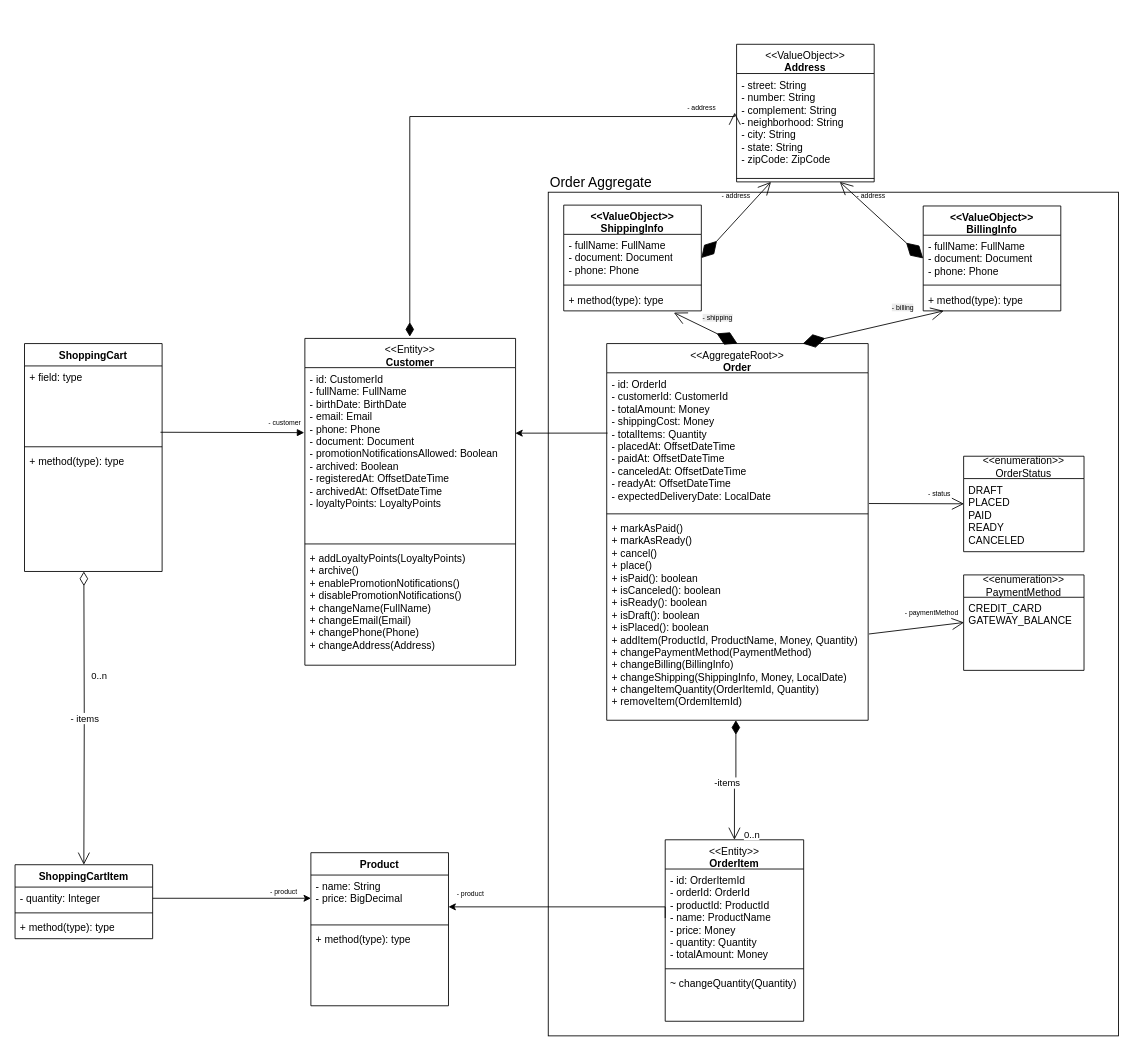
Before: algashop.drawio in cadugr/algashop-docs, a draw.io diagram. Source tidied: cells renumbered, new cells numbered last; positions are measured from the earlier drawing's top-left corner, leaving out a move shared by most shapes. Both pictures are drawn from the tidied source at 86%, with x=0, y=0 at pixel (15, 44).
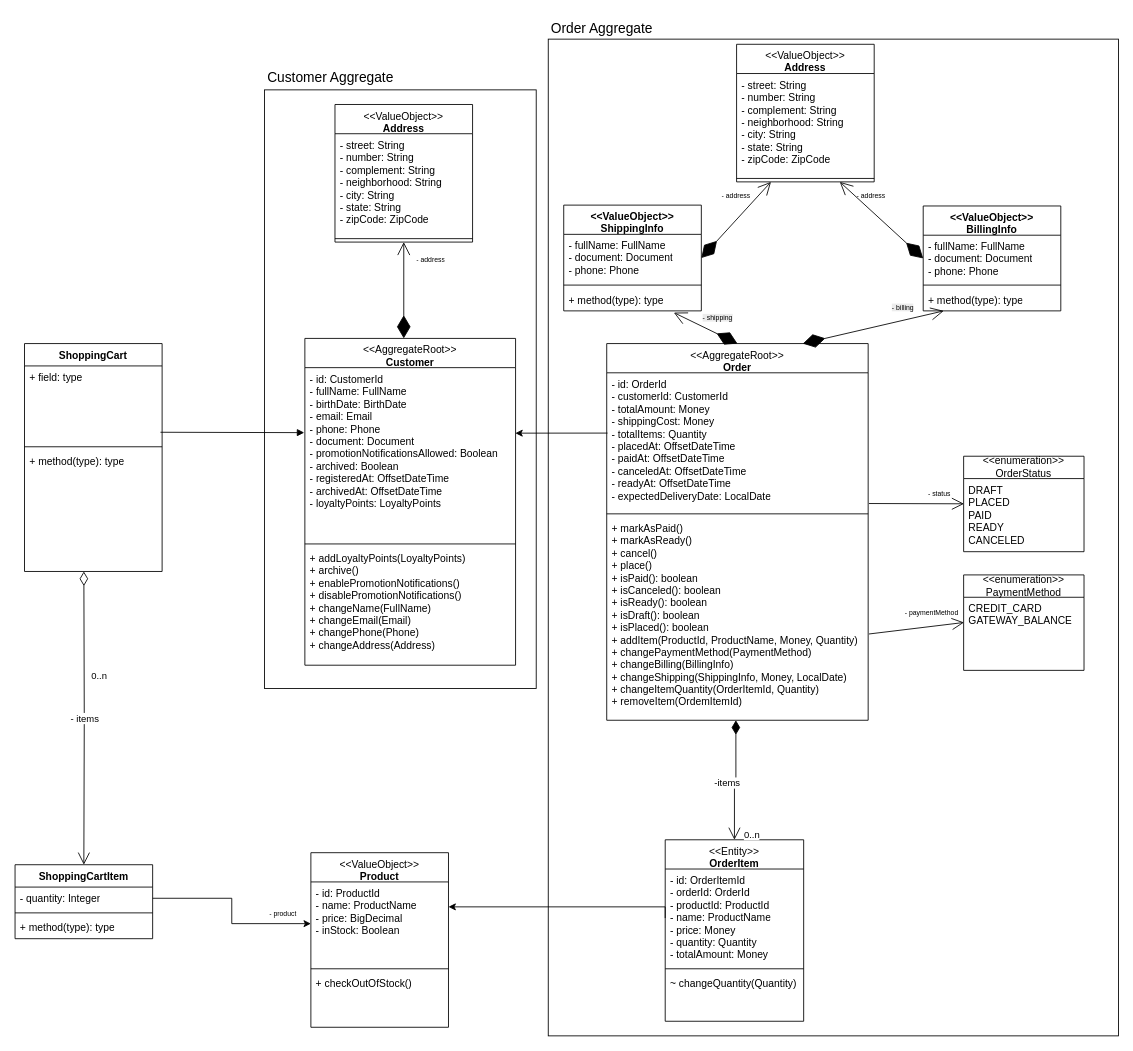
The same diagram, later.

Commit message:
Refining Customer and Product

Unchanged cells that the change refers to:
```xml
<mxCell id="20" value="- street: String&lt;div&gt;- number: String&lt;/div&gt;&lt;div&gt;- complement: String&lt;/div&gt;&lt;div&gt;- neighborhood: String&lt;/div&gt;&lt;div&gt;- city: String&lt;/div&gt;&lt;div&gt;- state: String&lt;/div&gt;&lt;div&gt;- zipCode: ZipCode&lt;/div&gt;" style="text;strokeColor=none;fillColor=none;align=left;verticalAlign=top;spacingLeft=4;spacingRight=4;overflow=hidden;points=[[0,0.5],[1,0.5]];portConstraint=eastwest;whiteSpace=wrap;html=1;" parent="19" vertex="1">
  <mxGeometry y="34" width="160" height="118" as="geometry" />
</mxCell>
```

Diff of the diagram source:
```diff
@@
+    <mxCell id="68" style="rounded=0;whiteSpace=wrap;html=1;" parent="1" vertex="1">
+      <mxGeometry x="290" y="53" width="316" height="696" as="geometry" />
+    </mxCell>
     <mxCell id="2" style="rounded=0;whiteSpace=wrap;html=1;" parent="1" vertex="1">
-      <mxGeometry x="620" y="172" width="663" height="981" as="geometry" />
+      <mxGeometry x="620" y="-6" width="663" height="1159" as="geometry" />
     </mxCell>
-    <mxCell id="3" value="&lt;div&gt;&lt;span style=&quot;font-weight: normal;&quot;&gt;&amp;lt;&amp;lt;Entity&amp;gt;&amp;gt;&lt;/span&gt;&lt;/div&gt;Customer" style="swimlane;fontStyle=1;align=center;verticalAlign=top;horizontal=1;startSize=34;whiteSpace=wrap;html=1;" parent="1" vertex="1">
+    <mxCell id="3" value="&lt;div&gt;&lt;span style=&quot;font-weight: normal;&quot;&gt;&amp;lt;&amp;lt;AggregateRoot&amp;gt;&amp;gt;&lt;/span&gt;&lt;/div&gt;Customer" style="swimlane;fontStyle=1;align=center;verticalAlign=top;horizontal=1;startSize=34;whiteSpace=wrap;html=1;" parent="1" vertex="1">
       <mxGeometry x="337" y="342" width="245" height="380" as="geometry" />
     </mxCell>
@@
-    <mxCell id="15" value="Product" style="swimlane;fontStyle=1;align=center;verticalAlign=top;horizontal=1;startSize=26;whiteSpace=wrap;html=1;" parent="1" vertex="1">
-      <mxGeometry x="344" y="940" width="160" height="178" as="geometry" />
+    <mxCell id="15" value="&lt;div&gt;&lt;span style=&quot;font-weight: normal;&quot;&gt;&amp;lt;&amp;lt;ValueObject&amp;gt;&amp;gt;&lt;/span&gt;&lt;/div&gt;Product" style="swimlane;fontStyle=1;align=center;verticalAlign=top;horizontal=1;startSize=34;whiteSpace=wrap;html=1;" parent="1" vertex="1">
+      <mxGeometry x="344" y="940" width="160" height="203" as="geometry" />
     </mxCell>
-    <mxCell id="16" value="- name: String&lt;div&gt;- price: BigDecimal&lt;/div&gt;" style="text;strokeColor=none;fillColor=none;align=left;verticalAlign=top;spacingLeft=4;spacingRight=4;overflow=hidden;points=[[0,0.5],[1,0.5]];portConstraint=eastwest;whiteSpace=wrap;html=1;" parent="15" vertex="1">
-      <mxGeometry y="26" width="160" height="54" as="geometry" />
+    <mxCell id="16" value="&lt;div&gt;- id: ProductId&lt;/div&gt;- name: ProductName&lt;div&gt;- price: BigDecimal&lt;/div&gt;&lt;div&gt;- inStock: Boolean&lt;/div&gt;" style="text;strokeColor=none;fillColor=none;align=left;verticalAlign=top;spacingLeft=4;spacingRight=4;overflow=hidden;points=[[0,0.5],[1,0.5]];portConstraint=eastwest;whiteSpace=wrap;html=1;" parent="15" vertex="1">
+      <mxGeometry y="34" width="160" height="97" as="geometry" />
     </mxCell>
     <mxCell id="17" style="line;strokeWidth=1;fillColor=none;align=left;verticalAlign=middle;spacingTop=-1;spacingLeft=3;spacingRight=3;labelPosition=right;strokeColor=inherit;" parent="15" vertex="1">
-      <mxGeometry y="80" width="160" height="8" as="geometry" />
+      <mxGeometry y="131" width="160" height="8" as="geometry" />
     </mxCell>
-    <mxCell id="18" value="+ method(type): type" style="text;strokeColor=none;fillColor=none;align=left;verticalAlign=top;spacingLeft=4;spacingRight=4;overflow=hidden;whiteSpace=wrap;html=1;" parent="15" vertex="1">
-      <mxGeometry y="88" width="160" height="90" as="geometry" />
+    <mxCell id="18" value="+ checkOutOfStock()" style="text;strokeColor=none;fillColor=none;align=left;verticalAlign=top;spacingLeft=4;spacingRight=4;overflow=hidden;whiteSpace=wrap;html=1;" parent="15" vertex="1">
+      <mxGeometry y="139" width="160" height="64" as="geometry" />
     </mxCell>
@@
-    <mxCell id="24" value="- customer" style="text;strokeColor=none;fillColor=none;align=left;verticalAlign=top;spacingLeft=4;spacingRight=4;overflow=hidden;whiteSpace=wrap;html=1;fontSize=8;" parent="1" vertex="1">
-      <mxGeometry x="289" y="429" width="85" height="18" as="geometry" />
-    </mxCell>
@@
     <mxCell id="35" value="- product" style="text;strokeColor=none;fillColor=none;align=left;verticalAlign=top;spacingLeft=4;spacingRight=4;overflow=hidden;whiteSpace=wrap;html=1;fontSize=8;" parent="1" vertex="1">
-      <mxGeometry x="291" y="974" width="85" height="18" as="geometry" />
+      <mxGeometry x="290" y="1000" width="85" height="18" as="geometry" />
     </mxCell>
-    <mxCell id="36" value="- product" style="text;strokeColor=none;fillColor=none;align=left;verticalAlign=top;spacingLeft=4;spacingRight=4;overflow=hidden;whiteSpace=wrap;html=1;fontSize=8;" parent="1" vertex="1">
-      <mxGeometry x="508" y="977" width="85" height="18" as="geometry" />
-    </mxCell>
@@
-    <mxCell id="41" style="endArrow=open;html=1;endSize=12;startArrow=diamondThin;startSize=14;startFill=1;edgeStyle=orthogonalEdgeStyle;align=left;verticalAlign=bottom;rounded=0;entryX=-0.014;entryY=0.385;entryDx=0;entryDy=0;entryPerimeter=0;" parent="1" edge="1" target="20">
-      <mxGeometry x="-0.97" relative="1" as="geometry">
-        <mxPoint x="459" y="340" as="sourcePoint" />
-        <Array as="points">
-          <mxPoint x="459" y="84" />
-        </Array>
-      </mxGeometry>
-    </mxCell>
@@
     <mxCell id="57" value="- address" style="text;strokeColor=none;fillColor=none;align=left;verticalAlign=top;spacingLeft=4;spacingRight=4;overflow=hidden;whiteSpace=wrap;html=1;fontSize=8;" parent="1" vertex="1">
-      <mxGeometry x="776" y="63" width="85" height="18" as="geometry" />
+      <mxGeometry x="461" y="239.5" width="85" height="18" as="geometry" />
     </mxCell>
@@
     <mxCell id="67" value="&lt;font style=&quot;font-size: 16px;&quot;&gt;Order Aggregate&lt;/font&gt;" style="text;html=1;align=center;verticalAlign=middle;whiteSpace=wrap;rounded=0;" parent="1" vertex="1">
-      <mxGeometry x="615" y="145" width="133" height="30" as="geometry" />
+      <mxGeometry x="616" y="-34" width="133" height="30" as="geometry" />
     </mxCell>
+    <mxCell id="69" value="&lt;font style=&quot;font-size: 16px;&quot;&gt;Customer Aggregate&lt;/font&gt;" style="text;html=1;align=center;verticalAlign=middle;whiteSpace=wrap;rounded=0;" parent="1" vertex="1">
+      <mxGeometry x="290" y="23" width="154" height="30" as="geometry" />
+    </mxCell>
+    <mxCell id="70" value="&lt;div&gt;&lt;span style=&quot;font-weight: normal;&quot;&gt;&amp;lt;&amp;lt;ValueObject&amp;gt;&amp;gt;&lt;/span&gt;&lt;/div&gt;Address" style="swimlane;fontStyle=1;align=center;verticalAlign=top;horizontal=1;startSize=34;whiteSpace=wrap;html=1;" parent="1" vertex="1">
+      <mxGeometry x="372" y="70" width="160" height="160" as="geometry" />
+    </mxCell>
+    <mxCell id="71" value="- street: String&lt;div&gt;- number: String&lt;/div&gt;&lt;div&gt;- complement: String&lt;/div&gt;&lt;div&gt;- neighborhood: String&lt;/div&gt;&lt;div&gt;- city: String&lt;/div&gt;&lt;div&gt;- state: String&lt;/div&gt;&lt;div&gt;- zipCode: ZipCode&lt;/div&gt;" style="text;strokeColor=none;fillColor=none;align=left;verticalAlign=top;spacingLeft=4;spacingRight=4;overflow=hidden;whiteSpace=wrap;html=1;" parent="70" vertex="1">
+      <mxGeometry y="34" width="160" height="118" as="geometry" />
+    </mxCell>
+    <mxCell id="72" style="line;strokeWidth=1;fillColor=none;align=left;verticalAlign=middle;spacingTop=-1;spacingLeft=3;spacingRight=3;labelPosition=right;strokeColor=inherit;" parent="70" vertex="1">
+      <mxGeometry y="152" width="160" height="8" as="geometry" />
+    </mxCell>
+    <mxCell id="73" style="endArrow=diamondThin;endFill=1;endSize=24;html=1;rounded=0;entryX=1;entryY=0.5;entryDx=0;entryDy=0;startArrow=open;startFill=0;startSize=13;exitX=0.5;exitY=1;exitDx=0;exitDy=0;" parent="1" edge="1" source="70">
+      <mxGeometry relative="1" as="geometry">
+        <mxPoint x="452" y="342" as="targetPoint" />
+      </mxGeometry>
+    </mxCell>
```
